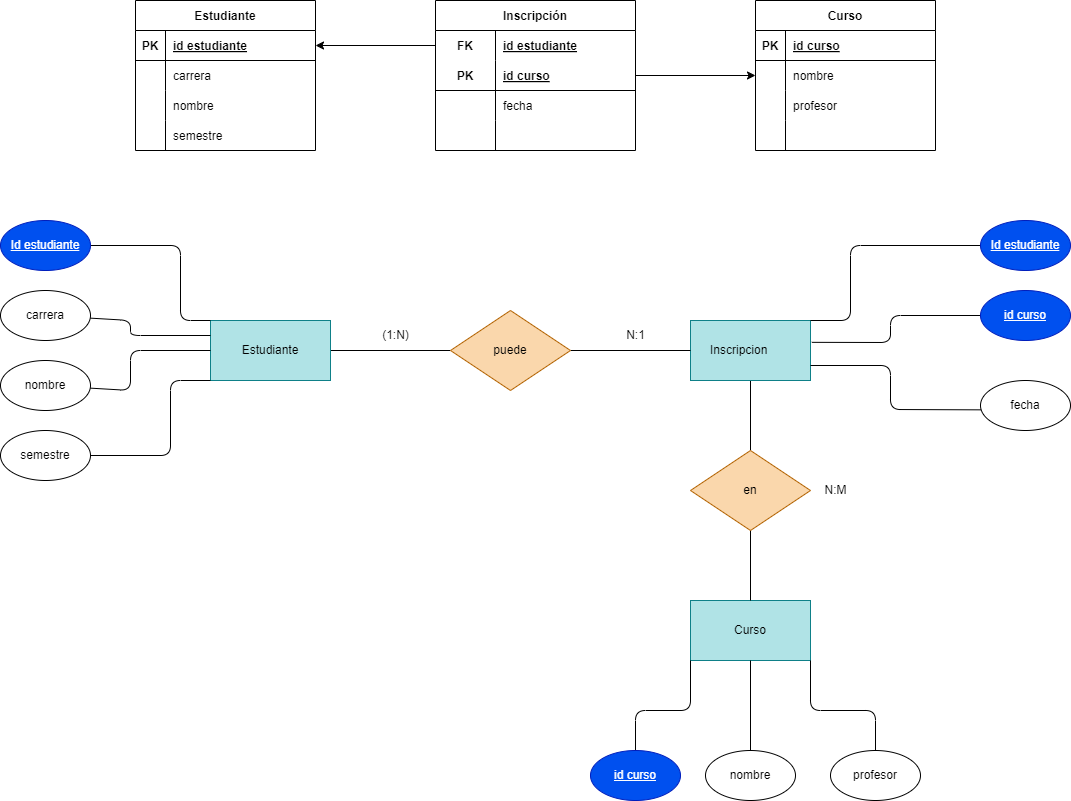
This is Tareas/Unidad2/ejercicio2.5.drawio.png from WhiteCascade/BAE, a draw.io export, as it was before one commit. Source tidied: cells renumbered, new cells last; positions are measured from the earlier drawing's top-left corner, leaving out a move shared by most shapes.
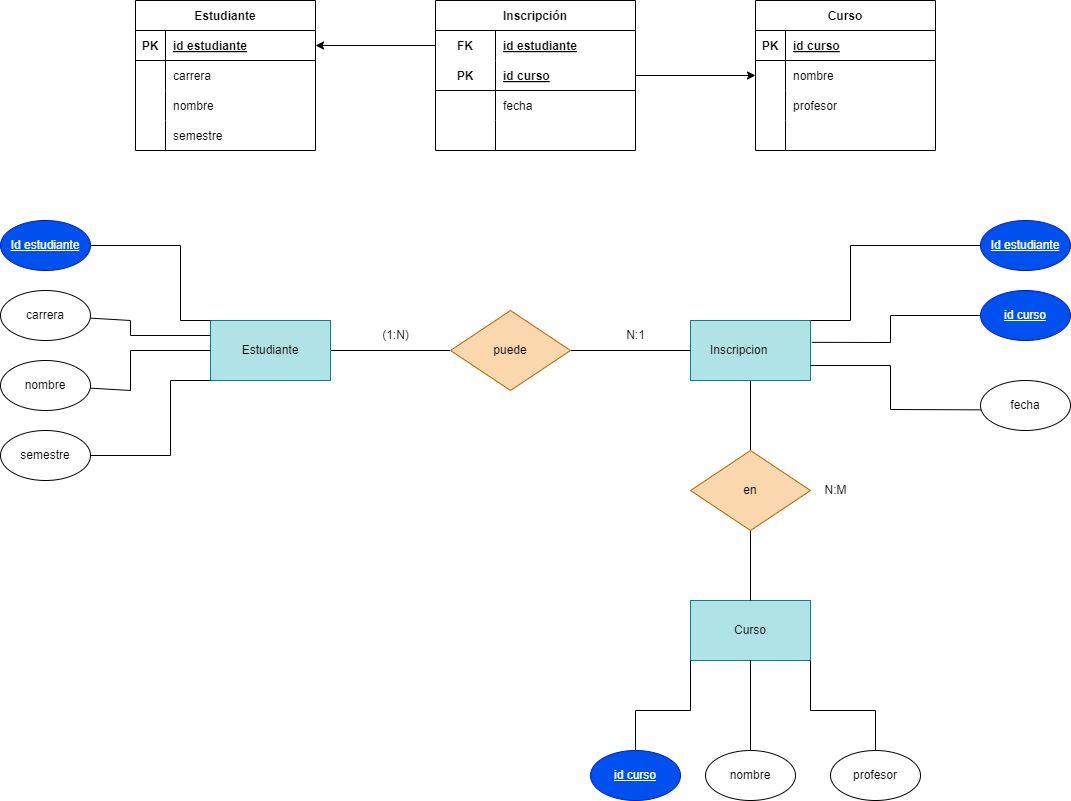
After the change.

The edit, as a diff of the source:
```diff
@@ -152,7 +152,7 @@
     <mxCell id="51" value="en" style="rhombus;whiteSpace=wrap;html=1;fillColor=#fad7ac;strokeColor=#b46504;" parent="1" vertex="1">
       <mxGeometry x="690" y="450" width="120" height="80" as="geometry" />
     </mxCell>
-    <mxCell id="52" style="edgeStyle=none;html=1;entryX=0;entryY=0;entryDx=0;entryDy=0;endArrow=none;endFill=0;" parent="1" edge="1" source="53" target="44">
+    <mxCell id="52" style="edgeStyle=none;html=1;entryX=0;entryY=0;entryDx=0;entryDy=0;endArrow=none;endFill=0;rounded=0;" parent="1" edge="1" source="53" target="44">
       <mxGeometry relative="1" as="geometry">
         <Array as="points">
           <mxPoint x="180" y="245" />
@@ -163,7 +163,7 @@
     <mxCell id="53" value="&lt;u&gt;Id estudiante&lt;/u&gt;" style="ellipse;whiteSpace=wrap;html=1;fillColor=#0050ef;fontColor=#ffffff;strokeColor=#001DBC;" parent="1" vertex="1">
       <mxGeometry y="220" width="90" height="50" as="geometry" />
     </mxCell>
-    <mxCell id="54" style="edgeStyle=none;html=1;entryX=0;entryY=0.25;entryDx=0;entryDy=0;endArrow=none;endFill=0;" parent="1" edge="1" source="55" target="44">
+    <mxCell id="54" style="edgeStyle=none;html=1;entryX=0;entryY=0.25;entryDx=0;entryDy=0;endArrow=none;endFill=0;rounded=0;" parent="1" edge="1" source="55" target="44">
       <mxGeometry relative="1" as="geometry">
         <Array as="points">
           <mxPoint x="130" y="320" />
@@ -174,7 +174,7 @@
     <mxCell id="55" value="carrera" style="ellipse;whiteSpace=wrap;html=1;" parent="1" vertex="1">
       <mxGeometry y="290" width="90" height="50" as="geometry" />
     </mxCell>
-    <mxCell id="56" style="edgeStyle=none;html=1;entryX=0;entryY=0.5;entryDx=0;entryDy=0;endArrow=none;endFill=0;" parent="1" edge="1" source="57" target="44">
+    <mxCell id="56" style="edgeStyle=none;html=1;entryX=0;entryY=0.5;entryDx=0;entryDy=0;endArrow=none;endFill=0;rounded=0;" parent="1" edge="1" source="57" target="44">
       <mxGeometry relative="1" as="geometry">
         <Array as="points">
           <mxPoint x="130" y="390" />
@@ -185,7 +185,7 @@
     <mxCell id="57" value="nombre" style="ellipse;whiteSpace=wrap;html=1;" parent="1" vertex="1">
       <mxGeometry y="360" width="90" height="50" as="geometry" />
     </mxCell>
-    <mxCell id="58" style="edgeStyle=none;html=1;entryX=0;entryY=1;entryDx=0;entryDy=0;endArrow=none;endFill=0;" parent="1" edge="1" source="59" target="44">
+    <mxCell id="58" style="edgeStyle=none;html=1;entryX=0;entryY=1;entryDx=0;entryDy=0;endArrow=none;endFill=0;rounded=0;" parent="1" edge="1" source="59" target="44">
       <mxGeometry relative="1" as="geometry">
         <Array as="points">
           <mxPoint x="170" y="455" />
@@ -196,7 +196,7 @@
     <mxCell id="59" value="semestre" style="ellipse;whiteSpace=wrap;html=1;" parent="1" vertex="1">
       <mxGeometry y="430" width="90" height="50" as="geometry" />
     </mxCell>
-    <mxCell id="60" style="edgeStyle=none;html=1;entryX=1;entryY=0.75;entryDx=0;entryDy=0;endArrow=none;endFill=0;exitX=0.024;exitY=0.387;exitDx=0;exitDy=0;exitPerimeter=0;" parent="1" edge="1" target="46">
+    <mxCell id="60" style="edgeStyle=none;html=1;entryX=1;entryY=0.75;entryDx=0;entryDy=0;endArrow=none;endFill=0;exitX=0.024;exitY=0.387;exitDx=0;exitDy=0;exitPerimeter=0;rounded=0;" parent="1" edge="1" target="46">
       <mxGeometry relative="1" as="geometry">
         <mxPoint x="982.2" y="409.3" as="sourcePoint" />
         <Array as="points">
@@ -205,7 +205,7 @@
         </Array>
       </mxGeometry>
     </mxCell>
-    <mxCell id="61" style="edgeStyle=none;html=1;entryX=1.011;entryY=0.364;entryDx=0;entryDy=0;entryPerimeter=0;endArrow=none;endFill=0;" parent="1" edge="1" target="46">
+    <mxCell id="61" style="edgeStyle=none;html=1;entryX=1.011;entryY=0.364;entryDx=0;entryDy=0;entryPerimeter=0;endArrow=none;endFill=0;rounded=0;" parent="1" edge="1" target="46">
       <mxGeometry relative="1" as="geometry">
         <mxPoint x="980" y="315" as="sourcePoint" />
         <Array as="points">
@@ -214,7 +214,7 @@
         </Array>
       </mxGeometry>
     </mxCell>
-    <mxCell id="62" style="edgeStyle=none;html=1;entryX=1;entryY=0;entryDx=0;entryDy=0;endArrow=none;endFill=0;" parent="1" edge="1" target="46">
+    <mxCell id="62" style="edgeStyle=none;html=1;entryX=1;entryY=0;entryDx=0;entryDy=0;endArrow=none;endFill=0;rounded=0;" parent="1" edge="1" target="46">
       <mxGeometry relative="1" as="geometry">
         <mxPoint x="980" y="245" as="sourcePoint" />
         <Array as="points">
@@ -229,7 +229,7 @@
     <mxCell id="64" value="nombre" style="ellipse;whiteSpace=wrap;html=1;" parent="1" vertex="1">
       <mxGeometry x="705" y="750" width="90" height="50" as="geometry" />
     </mxCell>
-    <mxCell id="65" style="edgeStyle=none;html=1;entryX=1;entryY=1;entryDx=0;entryDy=0;endArrow=none;endFill=0;" parent="1" edge="1" source="66" target="49">
+    <mxCell id="65" style="edgeStyle=none;html=1;entryX=1;entryY=1;entryDx=0;entryDy=0;endArrow=none;endFill=0;rounded=0;" parent="1" edge="1" source="66" target="49">
       <mxGeometry relative="1" as="geometry">
         <Array as="points">
           <mxPoint x="875" y="710" />
@@ -240,7 +240,7 @@
     <mxCell id="66" value="profesor" style="ellipse;whiteSpace=wrap;html=1;" parent="1" vertex="1">
       <mxGeometry x="830" y="750" width="90" height="50" as="geometry" />
     </mxCell>
-    <mxCell id="67" style="edgeStyle=none;html=1;entryX=0;entryY=1;entryDx=0;entryDy=0;endArrow=none;endFill=0;" parent="1" edge="1" source="68" target="49">
+    <mxCell id="67" style="edgeStyle=none;html=1;entryX=0;entryY=1;entryDx=0;entryDy=0;endArrow=none;endFill=0;rounded=0;" parent="1" edge="1" source="68" target="49">
       <mxGeometry relative="1" as="geometry">
         <Array as="points">
           <mxPoint x="635" y="710" />
```
